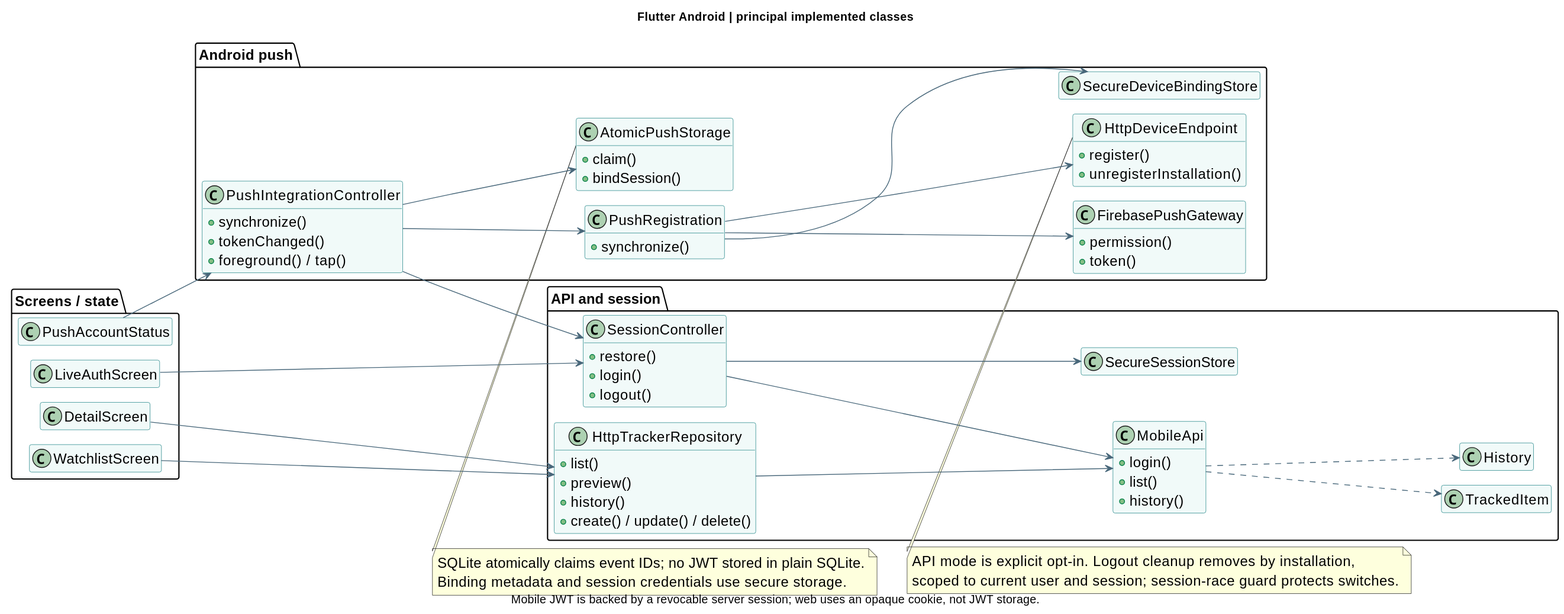
Before: docs/diagrams/presentation/mobile-class.svg, a diagram exported from PlantUML (aluciencozy/price-tracker). Source of this version:
```plantuml
@startuml
!pragma layout smetana
skinparam backgroundColor white
skinparam defaultFontName SansSerif
skinparam defaultFontSize 17
skinparam shadowing false
skinparam classBackgroundColor #F1FAF9
skinparam classBorderColor #147D80
skinparam ArrowColor #48677A
hide empty members
left to right direction
title Flutter Android | principal implemented classes
package "Screens / state" {
 class WatchlistScreen
 class DetailScreen
 class LiveAuthScreen
 class PushAccountStatus
}
package "API and session" {
 class SessionController {
 +restore()
 +login()
 +logout()
 }
 class SecureSessionStore
 class HttpTrackerRepository {
 +list()
 +preview()
 +history()
 +create() / update() / delete()
 }
 class MobileApi {
 +login()
 +list()
 +history()
 }
 class TrackedItem
 class History
}
package "Android push" {
 class PushIntegrationController {
 +synchronize()
 +tokenChanged()
 +foreground() / tap()
 }
 class PushRegistration {
 +synchronize()
 }
 class FirebasePushGateway {
 +permission()
 +token()
 }
 class HttpDeviceEndpoint {
 +register()
 +unregisterInstallation()
 }
 class AtomicPushStorage {
 +claim()
 +bindSession()
 }
 class SecureDeviceBindingStore
}
WatchlistScreen --> HttpTrackerRepository
DetailScreen --> HttpTrackerRepository
LiveAuthScreen --> SessionController
PushAccountStatus --> PushIntegrationController
SessionController --> SecureSessionStore
SessionController --> MobileApi
HttpTrackerRepository --> MobileApi
MobileApi ..> TrackedItem
MobileApi ..> History
PushIntegrationController --> SessionController
PushIntegrationController --> PushRegistration
PushIntegrationController --> AtomicPushStorage
PushRegistration --> FirebasePushGateway
PushRegistration --> HttpDeviceEndpoint
PushRegistration --> SecureDeviceBindingStore
note bottom of AtomicPushStorage
 SQLite atomically claims event IDs; no JWT stored in plain SQLite.
 Binding metadata and session credentials use secure storage.
end note
note bottom of HttpDeviceEndpoint
 API mode is explicit opt-in. Logout cleanup removes by installation,
 scoped to current user and session; session-race guard protects switches.
end note
caption Mobile JWT is backed by a revocable server session; web uses an opaque cookie, not JWT storage.
@enduml
```
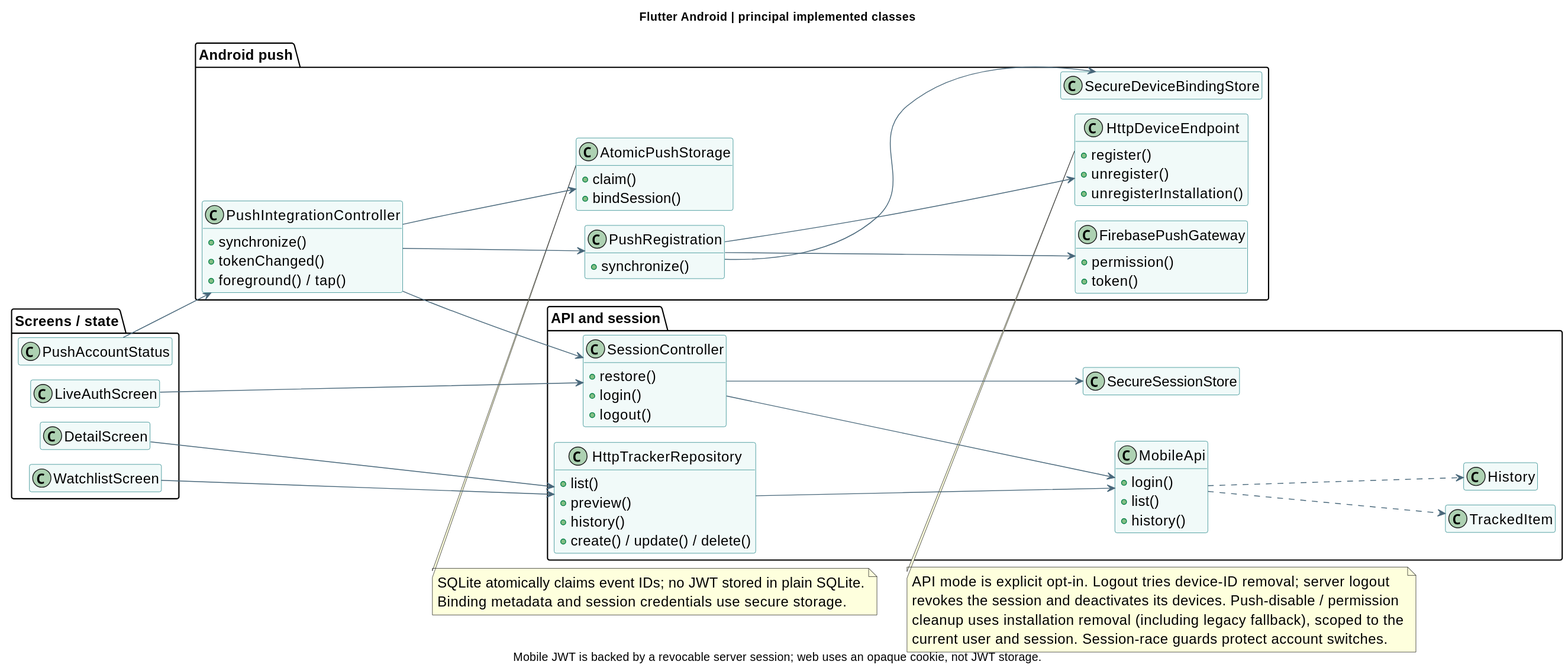
After the change.

Commit message:
Correct delivery and mobile cleanup diagrams

Diff of the diagram source:
```diff
@@ -52,6 +52,7 @@
  }
  class HttpDeviceEndpoint {
  +register()
+ +unregister()
  +unregisterInstallation()
  }
  class AtomicPushStorage {
@@ -80,8 +81,10 @@
  Binding metadata and session credentials use secure storage.
 end note
 note bottom of HttpDeviceEndpoint
- API mode is explicit opt-in. Logout cleanup removes by installation,
- scoped to current user and session; session-race guard protects switches.
+ API mode is explicit opt-in. Logout tries device-ID removal; server logout
+ revokes the session and deactivates its devices. Push-disable / permission
+ cleanup uses installation removal (including legacy fallback), scoped to the
+ current user and session. Session-race guards protect account switches.
 end note
 caption Mobile JWT is backed by a revocable server session; web uses an opaque cookie, not JWT storage.
 @enduml
```
